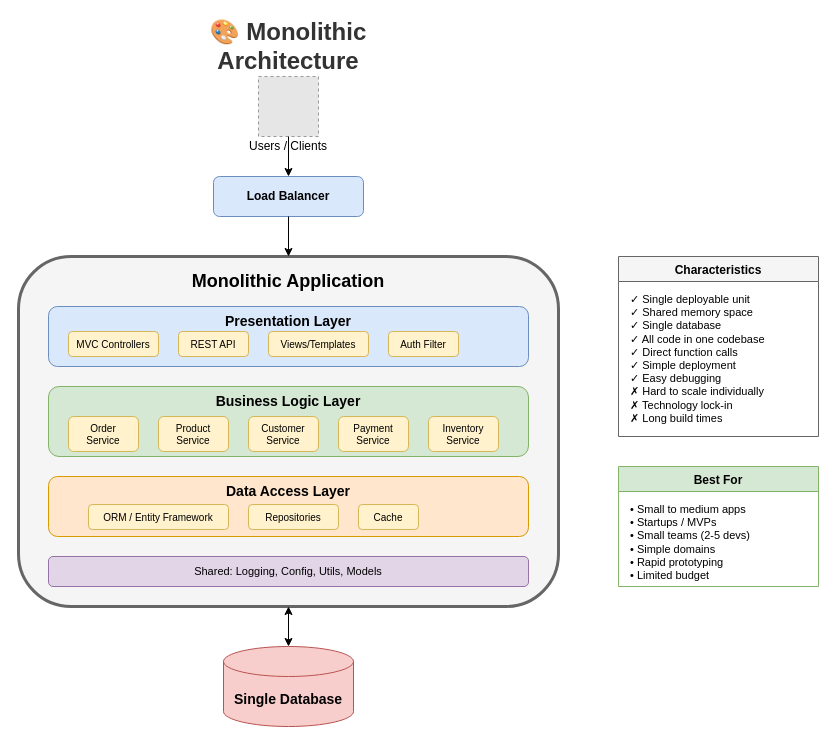
Above: lesson-01-software-design-architecture/diagrams/2.1-monolithic-architecture.drawio in MrParkerZ7/document-lesson-software-architect-x-claude (draw.io), before the change. Source tidied: cells renumbered, new cells numbered last; positions are measured from the earlier drawing's top-left corner, leaving out a move shared by most shapes. Both pictures are drawn from the tidied source at 100%, with x=0, y=0 at pixel (18, 26). Pictures stored in the file or linked from it are replaced by grey dashed boxes.
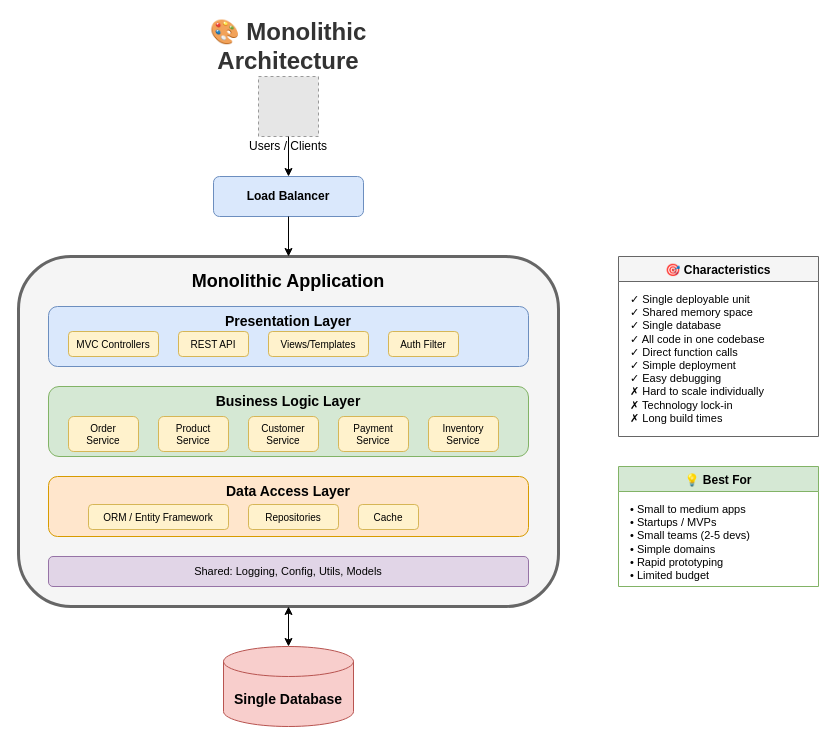
After the change.

What changed in the source:
```diff
@@
-    <mxCell id="31" value="Characteristics" style="swimlane;fontStyle=1;align=center;verticalAlign=top;horizontal=1;startSize=25;fillColor=#f5f5f5;strokeColor=#666666;" parent="1" vertex="1">
+    <mxCell id="31" value="🎯 Characteristics" style="swimlane;fontStyle=1;align=center;verticalAlign=top;horizontal=1;startSize=25;fillColor=#f5f5f5;strokeColor=#666666;" parent="1" vertex="1">
       <mxGeometry x="600" y="230" width="200" height="180" as="geometry" />
     </mxCell>
@@
-    <mxCell id="33" value="Best For" style="swimlane;fontStyle=1;align=center;verticalAlign=top;horizontal=1;startSize=25;fillColor=#d5e8d4;strokeColor=#82b366;" parent="1" vertex="1">
+    <mxCell id="33" value="💡 Best For" style="swimlane;fontStyle=1;align=center;verticalAlign=top;horizontal=1;startSize=25;fillColor=#d5e8d4;strokeColor=#82b366;" parent="1" vertex="1">
       <mxGeometry x="600" y="440" width="200" height="120" as="geometry" />
     </mxCell>
```
